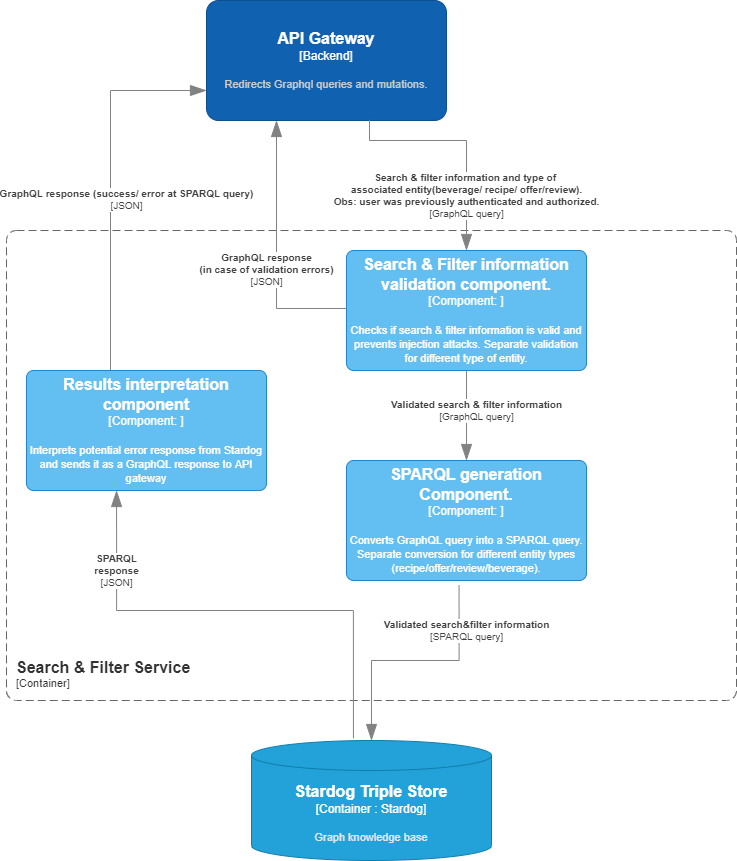
Earlier version of the draw.io export final-deliverables/scholarly-html-technical-report/res/c32_search&filter.png (Elaech/Wade-BeM). Source tidied: cells renumbered, new cells last; positions are measured from the earlier drawing's top-left corner, leaving out a move shared by most shapes. Source of this version:
```xml
<mxGraphModel>
  <root>
    <mxCell id="0" />
    <mxCell id="1" parent="0" />
    <object id="2" label="&lt;font style=&quot;font-size: 16px&quot;&gt;&lt;b&gt;%c4Type%&lt;/font&gt;&lt;div&gt;[%c4Container%:&amp;nbsp;%c4Technology%]&lt;/div&gt;&lt;br&gt;&lt;div&gt;&lt;font style=&quot;font-size: 11px&quot;&gt;&lt;font color=&quot;#E6E6E6&quot;&gt;%c4Description%&lt;/font&gt;&lt;/div&gt;" c4Container="Container " c4Description="Graph knowledge base" c4Technology="Stardog" c4Type="Stardog Triple Store" placeholders="1">
      <mxCell style="shape=cylinder3;size=15;whiteSpace=wrap;html=1;boundedLbl=1;rounded=0;labelBackgroundColor=none;fillColor=#23A2D9;fontSize=12;fontColor=#ffffff;align=center;strokeColor=#0E7DAD;points=[[0.5,0,0],[1,0.25,0],[1,0.5,0],[1,0.75,0],[0.5,1,0],[0,0.75,0],[0,0.5,0],[0,0.25,0]];" parent="1" vertex="1">
        <mxGeometry x="245" y="740" width="240" height="120" as="geometry" />
      </mxCell>
    </object>
    <object id="3" label="&lt;font style=&quot;font-size: 16px&quot;&gt;&lt;b&gt;%c4Name%&lt;/b&gt;&lt;/font&gt;&lt;div&gt;[%c4Type%]&lt;/div&gt;&lt;br&gt;&lt;div&gt;&lt;font style=&quot;font-size: 11px&quot;&gt;&lt;font color=&quot;#cccccc&quot;&gt;%c4Description%&lt;/font&gt;&lt;/div&gt;" c4Description="Redirects Graphql queries and mutations." c4Name="API Gateway" c4Type="Backend" placeholders="1">
      <mxCell style="rounded=1;whiteSpace=wrap;html=1;labelBackgroundColor=none;fillColor=#1061B0;fontColor=#ffffff;align=center;arcSize=10;strokeColor=#0D5091;points=[[0.25,0,0],[0.5,0,0],[0.75,0,0],[1,0.25,0],[1,0.5,0],[1,0.75,0],[0.75,1,0],[0.5,1,0],[0.25,1,0],[0,0.75,0],[0,0.5,0],[0,0.25,0]];" parent="1" vertex="1">
        <mxGeometry x="200" width="240" height="120" as="geometry" />
      </mxCell>
    </object>
    <object id="4" label="&lt;font style=&quot;font-size: 16px&quot;&gt;&lt;b&gt;&lt;div style=&quot;text-align: left&quot;&gt;%c4Name%&lt;/div&gt;&lt;/b&gt;&lt;/font&gt;&lt;div style=&quot;text-align: left&quot;&gt;[%c4Application%]&lt;/div&gt;" c4Application="Container" c4Name="Search &amp; Filter Service&#10;" c4Type="ContainerScopeBoundary" placeholders="1">
      <mxCell style="rounded=1;fontSize=11;whiteSpace=wrap;html=1;dashed=1;arcSize=20;fillColor=none;strokeColor=#666666;fontColor=#333333;labelBackgroundColor=none;align=left;verticalAlign=bottom;labelBorderColor=none;spacingTop=0;spacing=10;dashPattern=8 4;perimeter=rectanglePerimeter;noLabel=0;labelPadding=0;absoluteArcSize=1;" parent="1" vertex="1">
        <mxGeometry y="230" width="730" height="470" as="geometry" />
      </mxCell>
    </object>
    <object id="5" label="&lt;font style=&quot;font-size: 16px&quot;&gt;&lt;b&gt;%c4Name%&lt;/b&gt;&lt;/font&gt;&lt;div&gt;[%c4Type%: %c4Technology%]&lt;/div&gt;&lt;br&gt;&lt;div&gt;&lt;font style=&quot;font-size: 11px&quot;&gt;%c4Description%&lt;/font&gt;&lt;/div&gt;" c4Description="Checks if search &amp; filter information is valid and prevents injection attacks. Separate validation for different type of entity." c4Name="Search &amp; Filter information validation component. " c4Technology="" c4Type="Component" placeholders="1">
      <mxCell style="rounded=1;whiteSpace=wrap;html=1;labelBackgroundColor=none;fillColor=#63BEF2;fontColor=#ffffff;align=center;arcSize=6;strokeColor=#2086C9;points=[[0.25,0,0],[0.5,0,0],[0.75,0,0],[1,0.25,0],[1,0.5,0],[1,0.75,0],[0.75,1,0],[0.5,1,0],[0.25,1,0],[0,0.75,0],[0,0.5,0],[0,0.25,0]];" parent="1" vertex="1">
        <mxGeometry x="340" y="250" width="240" height="120" as="geometry" />
      </mxCell>
    </object>
    <object id="6" label="&lt;div style=&quot;text-align: left&quot;&gt;&lt;div style=&quot;text-align: center&quot;&gt;&lt;b&gt;%c4Description%&lt;/b&gt;&lt;/div&gt;&lt;div style=&quot;text-align: center&quot;&gt;[%c4Technology%]&lt;/div&gt;&lt;/div&gt;" c4Description="Search &amp; filter information and type of &#10;associated entity(beverage/ recipe/ offer/review).&#10;Obs: user was previously authenticated and authorized." c4Technology="GraphQL query" c4Type="Relationship" placeholders="1">
      <mxCell style="endArrow=blockThin;html=1;fontSize=10;fontColor=#404040;strokeWidth=1;endFill=1;strokeColor=#828282;elbow=vertical;endSize=14;startSize=14;jumpStyle=arc;jumpSize=16;rounded=0;edgeStyle=orthogonalEdgeStyle;exitX=0.679;exitY=0.994;exitDx=0;exitDy=0;exitPerimeter=0;entryX=0.5;entryY=0;entryDx=0;entryDy=0;entryPerimeter=0;" parent="1" edge="1" source="3" target="5">
        <mxGeometry x="0.52" relative="1" as="geometry">
          <Array as="points">
            <mxPoint x="363" y="140" />
            <mxPoint x="460" y="140" />
          </Array>
        </mxGeometry>
      </mxCell>
    </object>
    <object id="7" label="&lt;font style=&quot;font-size: 16px&quot;&gt;&lt;b&gt;%c4Name%&lt;/b&gt;&lt;/font&gt;&lt;div&gt;[%c4Type%: %c4Technology%]&lt;/div&gt;&lt;br&gt;&lt;div&gt;&lt;font style=&quot;font-size: 11px&quot;&gt;%c4Description%&lt;/font&gt;&lt;/div&gt;" c4Description="Converts GraphQL query into a SPARQL query. Separate conversion for different entity types (recipe/offer/review/beverage)." c4Name="SPARQL generation Component. " c4Technology="" c4Type="Component" placeholders="1">
      <mxCell style="rounded=1;whiteSpace=wrap;html=1;labelBackgroundColor=none;fillColor=#63BEF2;fontColor=#ffffff;align=center;arcSize=6;strokeColor=#2086C9;points=[[0.25,0,0],[0.5,0,0],[0.75,0,0],[1,0.25,0],[1,0.5,0],[1,0.75,0],[0.75,1,0],[0.5,1,0],[0.25,1,0],[0,0.75,0],[0,0.5,0],[0,0.25,0]];" parent="1" vertex="1">
        <mxGeometry x="340" y="460" width="240" height="120" as="geometry" />
      </mxCell>
    </object>
    <object id="8" label="&lt;div style=&quot;text-align: left&quot;&gt;&lt;div style=&quot;text-align: center&quot;&gt;&lt;b&gt;%c4Description%&lt;/b&gt;&lt;/div&gt;&lt;div style=&quot;text-align: center&quot;&gt;[%c4Technology%]&lt;/div&gt;&lt;/div&gt;" c4Description="Validated search &amp; filter information" c4Technology="GraphQL query" c4Type="Relationship" placeholders="1">
      <mxCell style="endArrow=blockThin;html=1;fontSize=10;fontColor=#404040;strokeWidth=1;endFill=1;strokeColor=#828282;elbow=vertical;endSize=14;startSize=14;jumpStyle=arc;jumpSize=16;rounded=0;edgeStyle=orthogonalEdgeStyle;exitX=0.5;exitY=1;exitDx=0;exitDy=0;exitPerimeter=0;" parent="1" edge="1" source="5">
        <mxGeometry x="-0.11" y="10" relative="1" as="geometry">
          <mxPoint x="460" y="460" as="targetPoint" />
        </mxGeometry>
      </mxCell>
    </object>
    <object id="9" label="&lt;div style=&quot;text-align: left&quot;&gt;&lt;div style=&quot;text-align: center&quot;&gt;&lt;b&gt;%c4Description%&lt;/b&gt;&lt;/div&gt;&lt;div style=&quot;text-align: center&quot;&gt;[%c4Technology%]&lt;/div&gt;&lt;/div&gt;" c4Description="Validated search&amp;filter information" c4Technology="SPARQL query" c4Type="Relationship" placeholders="1">
      <mxCell style="endArrow=blockThin;html=1;fontSize=10;fontColor=#404040;strokeWidth=1;endFill=1;strokeColor=#828282;elbow=vertical;endSize=14;startSize=14;jumpStyle=arc;jumpSize=16;rounded=0;edgeStyle=orthogonalEdgeStyle;exitX=0.469;exitY=1.041;exitDx=0;exitDy=0;exitPerimeter=0;entryX=0.5;entryY=0;entryDx=0;entryDy=0;entryPerimeter=0;" parent="1" edge="1" source="7" target="2">
        <mxGeometry x="-0.63" y="7" relative="1" as="geometry">
          <Array as="points">
            <mxPoint x="453" y="660" />
            <mxPoint x="365" y="660" />
          </Array>
        </mxGeometry>
      </mxCell>
    </object>
    <object id="10" label="&lt;font style=&quot;font-size: 16px&quot;&gt;&lt;b&gt;%c4Name%&lt;/b&gt;&lt;/font&gt;&lt;div&gt;[%c4Type%: %c4Technology%]&lt;/div&gt;&lt;br&gt;&lt;div&gt;&lt;font style=&quot;font-size: 11px&quot;&gt;%c4Description%&lt;/font&gt;&lt;/div&gt;" c4Description="Interprets potential error response from Stardog and sends it as a GraphQL response to API gateway " c4Name="Results interpretation component" c4Technology="" c4Type="Component" placeholders="1">
      <mxCell style="rounded=1;whiteSpace=wrap;html=1;labelBackgroundColor=none;fillColor=#63BEF2;fontColor=#ffffff;align=center;arcSize=6;strokeColor=#2086C9;" parent="1" vertex="1">
        <mxGeometry x="20" y="370" width="240" height="120" as="geometry" />
      </mxCell>
    </object>
    <object id="11" label="&lt;div style=&quot;text-align: left&quot;&gt;&lt;div style=&quot;text-align: center&quot;&gt;&lt;b&gt;%c4Description%&lt;/b&gt;&lt;/div&gt;&lt;div style=&quot;text-align: center&quot;&gt;[%c4Technology%]&lt;/div&gt;&lt;/div&gt;" c4Description="SPARQL&#10; response" c4Technology="JSON" c4Type="Relationship" placeholders="1">
      <mxCell style="endArrow=blockThin;html=1;fontSize=10;fontColor=#404040;strokeWidth=1;endFill=1;strokeColor=#828282;elbow=vertical;endSize=14;startSize=14;jumpStyle=arc;jumpSize=16;rounded=0;edgeStyle=orthogonalEdgeStyle;exitX=0.237;exitY=-0.018;exitDx=0;exitDy=0;exitPerimeter=0;" parent="1" edge="1">
        <mxGeometry x="0.67" relative="1" as="geometry">
          <mxPoint x="346.9" y="737.8" as="sourcePoint" />
          <mxPoint x="110.1" y="490" as="targetPoint" />
          <Array as="points">
            <mxPoint x="347" y="610" />
            <mxPoint x="110" y="610" />
          </Array>
        </mxGeometry>
      </mxCell>
    </object>
    <object id="12" label="&lt;div style=&quot;text-align: left&quot;&gt;&lt;div style=&quot;text-align: center&quot;&gt;&lt;b&gt;%c4Description%&lt;/b&gt;&lt;/div&gt;&lt;div style=&quot;text-align: center&quot;&gt;[%c4Technology%]&lt;/div&gt;&lt;/div&gt;" c4Description="GraphQL response (success/ error at SPARQL query)" c4Technology="JSON" c4Type="Relationship" placeholders="1">
      <mxCell style="endArrow=blockThin;html=1;fontSize=10;fontColor=#404040;strokeWidth=1;endFill=1;strokeColor=#828282;elbow=vertical;endSize=14;startSize=14;jumpStyle=arc;jumpSize=16;rounded=0;edgeStyle=orthogonalEdgeStyle;" parent="1" edge="1">
        <mxGeometry x="-0.09" y="-16" relative="1" as="geometry">
          <mxPoint x="104" y="370" as="sourcePoint" />
          <mxPoint x="200" y="90" as="targetPoint" />
          <Array as="points">
            <mxPoint x="104" y="90" />
            <mxPoint x="200" y="90" />
          </Array>
          <mxPoint y="1" as="offset" />
        </mxGeometry>
      </mxCell>
    </object>
    <object id="13" label="&lt;div style=&quot;text-align: left&quot;&gt;&lt;div style=&quot;text-align: center&quot;&gt;&lt;b&gt;%c4Description%&lt;/b&gt;&lt;/div&gt;&lt;div style=&quot;text-align: center&quot;&gt;[%c4Technology%]&lt;/div&gt;&lt;/div&gt;" c4Description="GraphQL response&#10; (in case of validation errors) " c4Technology="JSON" c4Type="Relationship" placeholders="1">
      <mxCell style="endArrow=blockThin;html=1;fontSize=10;fontColor=#404040;strokeWidth=1;endFill=1;strokeColor=#828282;elbow=vertical;endSize=14;startSize=14;jumpStyle=arc;jumpSize=16;rounded=0;edgeStyle=orthogonalEdgeStyle;entryX=0.152;entryY=1.013;entryDx=0;entryDy=0;entryPerimeter=0;" parent="1" edge="1">
        <mxGeometry x="-0.16" y="10" relative="1" as="geometry">
          <mxPoint x="340" y="308" as="sourcePoint" />
          <mxPoint x="270" y="120" as="targetPoint" />
          <Array as="points">
            <mxPoint x="269.5" y="308.4" />
          </Array>
        </mxGeometry>
      </mxCell>
    </object>
  </root>
</mxGraphModel>
```
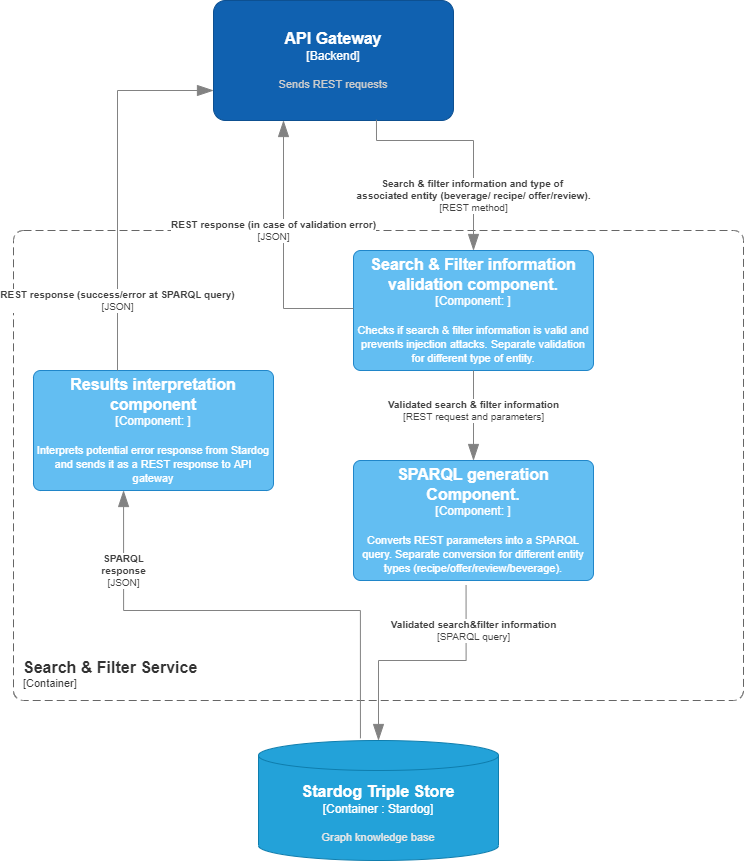
After the change.

What changed in the source:
```diff
@@ -7,7 +7,7 @@
         <mxGeometry x="245" y="740" width="240" height="120" as="geometry" />
       </mxCell>
     </object>
-    <object id="3" label="&lt;font style=&quot;font-size: 16px&quot;&gt;&lt;b&gt;%c4Name%&lt;/b&gt;&lt;/font&gt;&lt;div&gt;[%c4Type%]&lt;/div&gt;&lt;br&gt;&lt;div&gt;&lt;font style=&quot;font-size: 11px&quot;&gt;&lt;font color=&quot;#cccccc&quot;&gt;%c4Description%&lt;/font&gt;&lt;/div&gt;" c4Description="Redirects Graphql queries and mutations." c4Name="API Gateway" c4Type="Backend" placeholders="1">
+    <object id="3" label="&lt;font style=&quot;font-size: 16px&quot;&gt;&lt;b&gt;%c4Name%&lt;/b&gt;&lt;/font&gt;&lt;div&gt;[%c4Type%]&lt;/div&gt;&lt;br&gt;&lt;div&gt;&lt;font style=&quot;font-size: 11px&quot;&gt;&lt;font color=&quot;#cccccc&quot;&gt;%c4Description%&lt;/font&gt;&lt;/div&gt;" c4Description="Sends REST requests" c4Name="API Gateway" c4Type="Backend" placeholders="1">
       <mxCell style="rounded=1;whiteSpace=wrap;html=1;labelBackgroundColor=none;fillColor=#1061B0;fontColor=#ffffff;align=center;arcSize=10;strokeColor=#0D5091;points=[[0.25,0,0],[0.5,0,0],[0.75,0,0],[1,0.25,0],[1,0.5,0],[1,0.75,0],[0.75,1,0],[0.5,1,0],[0.25,1,0],[0,0.75,0],[0,0.5,0],[0,0.25,0]];" parent="1" vertex="1">
         <mxGeometry x="200" width="240" height="120" as="geometry" />
       </mxCell>
@@ -22,7 +22,7 @@
         <mxGeometry x="340" y="250" width="240" height="120" as="geometry" />
       </mxCell>
     </object>
-    <object id="6" label="&lt;div style=&quot;text-align: left&quot;&gt;&lt;div style=&quot;text-align: center&quot;&gt;&lt;b&gt;%c4Description%&lt;/b&gt;&lt;/div&gt;&lt;div style=&quot;text-align: center&quot;&gt;[%c4Technology%]&lt;/div&gt;&lt;/div&gt;" c4Description="Search &amp; filter information and type of &#10;associated entity(beverage/ recipe/ offer/review).&#10;Obs: user was previously authenticated and authorized." c4Technology="GraphQL query" c4Type="Relationship" placeholders="1">
+    <object id="6" label="&lt;div style=&quot;text-align: left&quot;&gt;&lt;div style=&quot;text-align: center&quot;&gt;&lt;b&gt;%c4Description%&lt;/b&gt;&lt;/div&gt;&lt;div style=&quot;text-align: center&quot;&gt;[%c4Technology%]&lt;/div&gt;&lt;/div&gt;" c4Description="Search &amp; filter information and type of &#10;associated entity (beverage/ recipe/ offer/review).&#10;" c4Technology="REST method" c4Type="Relationship" placeholders="1">
       <mxCell style="endArrow=blockThin;html=1;fontSize=10;fontColor=#404040;strokeWidth=1;endFill=1;strokeColor=#828282;elbow=vertical;endSize=14;startSize=14;jumpStyle=arc;jumpSize=16;rounded=0;edgeStyle=orthogonalEdgeStyle;exitX=0.679;exitY=0.994;exitDx=0;exitDy=0;exitPerimeter=0;entryX=0.5;entryY=0;entryDx=0;entryDy=0;entryPerimeter=0;" parent="1" edge="1" source="3" target="5">
         <mxGeometry x="0.52" relative="1" as="geometry">
           <Array as="points">
@@ -32,14 +32,14 @@
         </mxGeometry>
       </mxCell>
     </object>
-    <object id="7" label="&lt;font style=&quot;font-size: 16px&quot;&gt;&lt;b&gt;%c4Name%&lt;/b&gt;&lt;/font&gt;&lt;div&gt;[%c4Type%: %c4Technology%]&lt;/div&gt;&lt;br&gt;&lt;div&gt;&lt;font style=&quot;font-size: 11px&quot;&gt;%c4Description%&lt;/font&gt;&lt;/div&gt;" c4Description="Converts GraphQL query into a SPARQL query. Separate conversion for different entity types (recipe/offer/review/beverage)." c4Name="SPARQL generation Component. " c4Technology="" c4Type="Component" placeholders="1">
+    <object id="7" label="&lt;font style=&quot;font-size: 16px&quot;&gt;&lt;b&gt;%c4Name%&lt;/b&gt;&lt;/font&gt;&lt;div&gt;[%c4Type%: %c4Technology%]&lt;/div&gt;&lt;br&gt;&lt;div&gt;&lt;font style=&quot;font-size: 11px&quot;&gt;%c4Description%&lt;/font&gt;&lt;/div&gt;" c4Description="Converts REST parameters into a SPARQL query. Separate conversion for different entity types (recipe/offer/review/beverage)." c4Name="SPARQL generation Component. " c4Technology="" c4Type="Component" placeholders="1">
       <mxCell style="rounded=1;whiteSpace=wrap;html=1;labelBackgroundColor=none;fillColor=#63BEF2;fontColor=#ffffff;align=center;arcSize=6;strokeColor=#2086C9;points=[[0.25,0,0],[0.5,0,0],[0.75,0,0],[1,0.25,0],[1,0.5,0],[1,0.75,0],[0.75,1,0],[0.5,1,0],[0.25,1,0],[0,0.75,0],[0,0.5,0],[0,0.25,0]];" parent="1" vertex="1">
         <mxGeometry x="340" y="460" width="240" height="120" as="geometry" />
       </mxCell>
     </object>
-    <object id="8" label="&lt;div style=&quot;text-align: left&quot;&gt;&lt;div style=&quot;text-align: center&quot;&gt;&lt;b&gt;%c4Description%&lt;/b&gt;&lt;/div&gt;&lt;div style=&quot;text-align: center&quot;&gt;[%c4Technology%]&lt;/div&gt;&lt;/div&gt;" c4Description="Validated search &amp; filter information" c4Technology="GraphQL query" c4Type="Relationship" placeholders="1">
+    <object id="8" label="&lt;div style=&quot;text-align: left&quot;&gt;&lt;div style=&quot;text-align: center&quot;&gt;&lt;b&gt;%c4Description%&lt;/b&gt;&lt;/div&gt;&lt;div style=&quot;text-align: center&quot;&gt;[%c4Technology%]&lt;/div&gt;&lt;/div&gt;" c4Description="Validated search &amp; filter information" c4Technology="REST request and parameters" c4Type="Relationship" placeholders="1">
       <mxCell style="endArrow=blockThin;html=1;fontSize=10;fontColor=#404040;strokeWidth=1;endFill=1;strokeColor=#828282;elbow=vertical;endSize=14;startSize=14;jumpStyle=arc;jumpSize=16;rounded=0;edgeStyle=orthogonalEdgeStyle;exitX=0.5;exitY=1;exitDx=0;exitDy=0;exitPerimeter=0;" parent="1" edge="1" source="5">
-        <mxGeometry x="-0.11" y="10" relative="1" as="geometry">
+        <mxGeometry x="-0.11" relative="1" as="geometry">
           <mxPoint x="460" y="460" as="targetPoint" />
         </mxGeometry>
       </mxCell>
@@ -54,7 +54,7 @@
         </mxGeometry>
       </mxCell>
     </object>
-    <object id="10" label="&lt;font style=&quot;font-size: 16px&quot;&gt;&lt;b&gt;%c4Name%&lt;/b&gt;&lt;/font&gt;&lt;div&gt;[%c4Type%: %c4Technology%]&lt;/div&gt;&lt;br&gt;&lt;div&gt;&lt;font style=&quot;font-size: 11px&quot;&gt;%c4Description%&lt;/font&gt;&lt;/div&gt;" c4Description="Interprets potential error response from Stardog and sends it as a GraphQL response to API gateway " c4Name="Results interpretation component" c4Technology="" c4Type="Component" placeholders="1">
+    <object id="10" label="&lt;font style=&quot;font-size: 16px&quot;&gt;&lt;b&gt;%c4Name%&lt;/b&gt;&lt;/font&gt;&lt;div&gt;[%c4Type%: %c4Technology%]&lt;/div&gt;&lt;br&gt;&lt;div&gt;&lt;font style=&quot;font-size: 11px&quot;&gt;%c4Description%&lt;/font&gt;&lt;/div&gt;" c4Description="Interprets potential error response from Stardog and sends it as a REST response to API gateway " c4Name="Results interpretation component" c4Technology="" c4Type="Component" placeholders="1">
       <mxCell style="rounded=1;whiteSpace=wrap;html=1;labelBackgroundColor=none;fillColor=#63BEF2;fontColor=#ffffff;align=center;arcSize=6;strokeColor=#2086C9;" parent="1" vertex="1">
         <mxGeometry x="20" y="370" width="240" height="120" as="geometry" />
       </mxCell>
@@ -71,22 +71,21 @@
         </mxGeometry>
       </mxCell>
     </object>
-    <object id="12" label="&lt;div style=&quot;text-align: left&quot;&gt;&lt;div style=&quot;text-align: center&quot;&gt;&lt;b&gt;%c4Description%&lt;/b&gt;&lt;/div&gt;&lt;div style=&quot;text-align: center&quot;&gt;[%c4Technology%]&lt;/div&gt;&lt;/div&gt;" c4Description="GraphQL response (success/ error at SPARQL query)" c4Technology="JSON" c4Type="Relationship" placeholders="1">
+    <object id="12" label="&lt;div style=&quot;text-align: left&quot;&gt;&lt;div style=&quot;text-align: center&quot;&gt;&lt;b&gt;%c4Description%&lt;/b&gt;&lt;/div&gt;&lt;div style=&quot;text-align: center&quot;&gt;[%c4Technology%]&lt;/div&gt;&lt;/div&gt;" c4Description="REST response (success/error at SPARQL query)" c4Technology="JSON" c4Type="Relationship" placeholders="1">
       <mxCell style="endArrow=blockThin;html=1;fontSize=10;fontColor=#404040;strokeWidth=1;endFill=1;strokeColor=#828282;elbow=vertical;endSize=14;startSize=14;jumpStyle=arc;jumpSize=16;rounded=0;edgeStyle=orthogonalEdgeStyle;" parent="1" edge="1">
-        <mxGeometry x="-0.09" y="-16" relative="1" as="geometry">
+        <mxGeometry x="-0.63" relative="1" as="geometry">
           <mxPoint x="104" y="370" as="sourcePoint" />
           <mxPoint x="200" y="90" as="targetPoint" />
           <Array as="points">
             <mxPoint x="104" y="90" />
             <mxPoint x="200" y="90" />
           </Array>
-          <mxPoint y="1" as="offset" />
         </mxGeometry>
       </mxCell>
     </object>
-    <object id="13" label="&lt;div style=&quot;text-align: left&quot;&gt;&lt;div style=&quot;text-align: center&quot;&gt;&lt;b&gt;%c4Description%&lt;/b&gt;&lt;/div&gt;&lt;div style=&quot;text-align: center&quot;&gt;[%c4Technology%]&lt;/div&gt;&lt;/div&gt;" c4Description="GraphQL response&#10; (in case of validation errors) " c4Technology="JSON" c4Type="Relationship" placeholders="1">
+    <object id="13" label="&lt;div style=&quot;text-align: left&quot;&gt;&lt;div style=&quot;text-align: center&quot;&gt;&lt;b&gt;%c4Description%&lt;/b&gt;&lt;/div&gt;&lt;div style=&quot;text-align: center&quot;&gt;[%c4Technology%]&lt;/div&gt;&lt;/div&gt;" c4Description="REST response (in case of validation error)" c4Technology="JSON" c4Type="Relationship" placeholders="1">
       <mxCell style="endArrow=blockThin;html=1;fontSize=10;fontColor=#404040;strokeWidth=1;endFill=1;strokeColor=#828282;elbow=vertical;endSize=14;startSize=14;jumpStyle=arc;jumpSize=16;rounded=0;edgeStyle=orthogonalEdgeStyle;entryX=0.152;entryY=1.013;entryDx=0;entryDy=0;entryPerimeter=0;" parent="1" edge="1">
-        <mxGeometry x="-0.16" y="10" relative="1" as="geometry">
+        <mxGeometry x="0.15" y="10" relative="1" as="geometry">
           <mxPoint x="340" y="308" as="sourcePoint" />
           <mxPoint x="270" y="120" as="targetPoint" />
           <Array as="points">
```
